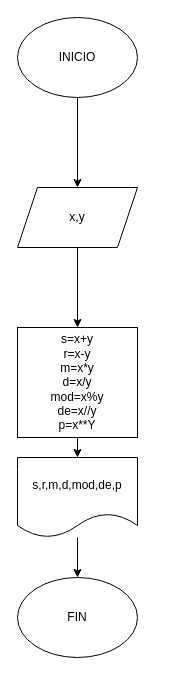
Juan22345020/operadores_aritmeticos keeps this draw.io diagram as diagrama.drawio. Above is the earlier version. Source tidied: cells renumbered, new cells numbered last; positions are measured from the earlier drawing's top-left corner, leaving out a move shared by most shapes. Both pictures are drawn from the tidied source at 100%, with x=0, y=0 at pixel (17, 17).
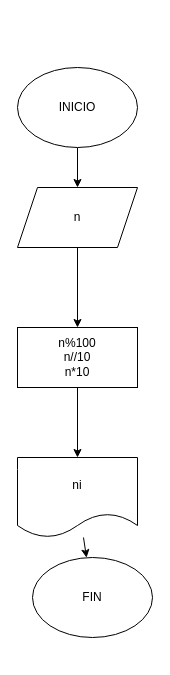
Above is the later version.

The edit, as a diff of the source:
```diff
@@
 <mxGraphModel>
   <root>
     <mxCell id="0" />
     <mxCell id="1" parent="0" />
     <mxCell id="2" style="edgeStyle=none;html=1;" parent="1" edge="1" source="3" target="5">
       <mxGeometry relative="1" as="geometry" />
     </mxCell>
     <mxCell id="3" value="INICIO" style="ellipse;whiteSpace=wrap;html=1;" parent="1" vertex="1">
-      <mxGeometry width="120" height="80" as="geometry" />
+      <mxGeometry y="50" width="120" height="80" as="geometry" />
     </mxCell>
     <mxCell id="4" style="edgeStyle=none;html=1;" parent="1" edge="1" source="5" target="7">
       <mxGeometry relative="1" as="geometry" />
     </mxCell>
-    <mxCell id="5" value="x,y" style="shape=parallelogram;perimeter=parallelogramPerimeter;whiteSpace=wrap;html=1;fixedSize=1;" parent="1" vertex="1">
+    <mxCell id="5" value="n" style="shape=parallelogram;perimeter=parallelogramPerimeter;whiteSpace=wrap;html=1;fixedSize=1;" parent="1" vertex="1">
       <mxGeometry y="170" width="120" height="60" as="geometry" />
     </mxCell>
     <mxCell id="6" style="edgeStyle=none;html=1;" parent="1" edge="1" source="7" target="9">
       <mxGeometry relative="1" as="geometry" />
     </mxCell>
-    <mxCell id="7" value="s=x+y&lt;br&gt;r=x-y&lt;br&gt;m=x*y&lt;br&gt;d=x/y&lt;br&gt;mod=x%y&lt;br&gt;de=x//y&lt;br&gt;p=x**Y" style="whiteSpace=wrap;html=1;" parent="1" vertex="1">
-      <mxGeometry y="310" width="120" height="110" as="geometry" />
+    <mxCell id="7" value="n%100&lt;br&gt;n//10&lt;br&gt;n*10" style="whiteSpace=wrap;html=1;" parent="1" vertex="1">
+      <mxGeometry y="310" width="120" height="60" as="geometry" />
     </mxCell>
     <mxCell id="8" style="edgeStyle=none;html=1;" parent="1" edge="1" source="9" target="10">
       <mxGeometry relative="1" as="geometry" />
     </mxCell>
-    <mxCell id="9" value="s,r,m,d,mod,de,p" style="shape=document;whiteSpace=wrap;html=1;boundedLbl=1;" parent="1" vertex="1">
+    <mxCell id="9" value="ni" style="shape=document;whiteSpace=wrap;html=1;boundedLbl=1;" parent="1" vertex="1">
       <mxGeometry y="440" width="120" height="80" as="geometry" />
     </mxCell>
     <mxCell id="10" value="FIN" style="ellipse;whiteSpace=wrap;html=1;" parent="1" vertex="1">
-      <mxGeometry y="560" width="120" height="80" as="geometry" />
+      <mxGeometry x="15" y="540" width="120" height="80" as="geometry" />
     </mxCell>
   </root>
 </mxGraphModel>
```
